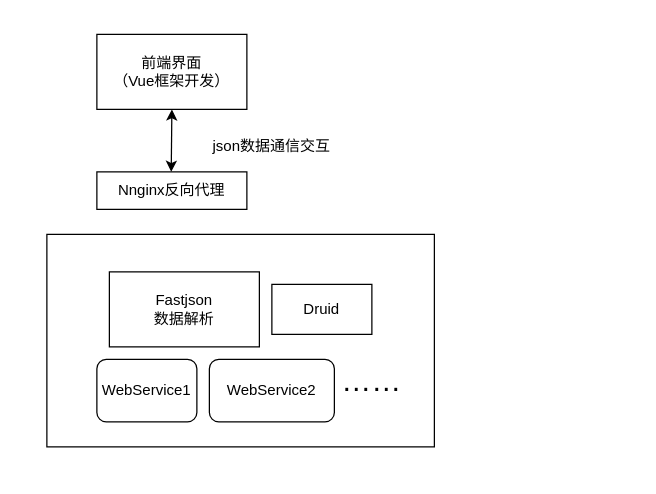
Above: Diagram.drawio in ciky1210/MachineLearning_Ng (draw.io), before the change. Source tidied: cells renumbered, new cells numbered last; positions are measured from the earlier drawing's top-left corner, leaving out a move shared by most shapes. Both pictures are drawn from the tidied source at 125%, with x=0, y=0 at pixel (46, 34).
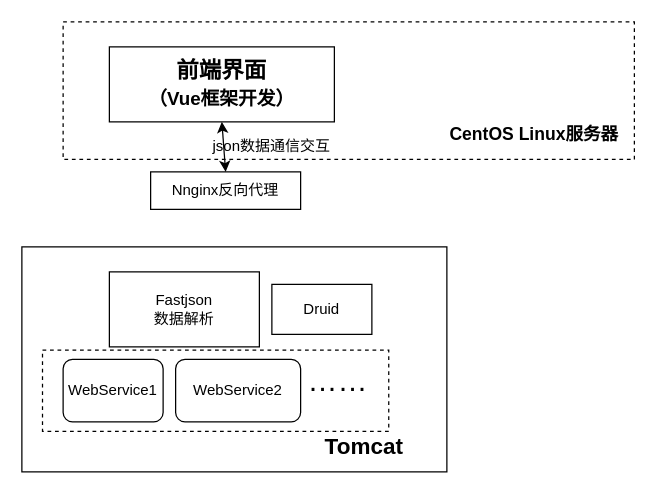
After the change.

The edit, as a diff of the source:
```diff
@@
 <mxGraphModel>
   <root>
     <mxCell id="0" />
     <mxCell id="1" parent="0" />
+    <mxCell id="12" style="rounded=0;whiteSpace=wrap;html=1;shadow=0;strokeColor=#000000;strokeWidth=1;fillColor=none;dashed=1;" parent="1" vertex="1">
+      <mxGeometry x="13" y="-10" width="457" height="110" as="geometry" />
+    </mxCell>
-    <mxCell id="2" value="前端界面&lt;br&gt;（Vue框架开发）" style="rounded=0;whiteSpace=wrap;html=1;" parent="1" vertex="1">
-      <mxGeometry x="40" width="120" height="60" as="geometry" />
+    <mxCell id="2" value="&lt;h2&gt;前端界面&lt;br&gt;&lt;font style=&quot;font-size: 15px&quot;&gt;（Vue框架开发）&lt;/font&gt;&lt;/h2&gt;" style="rounded=0;whiteSpace=wrap;html=1;" parent="1" vertex="1">
+      <mxGeometry x="50" y="10" width="180" height="60" as="geometry" />
     </mxCell>
     <mxCell id="3" value="Nnginx反向代理" style="rounded=0;whiteSpace=wrap;html=1;" parent="1" vertex="1">
-      <mxGeometry x="40" y="110" width="120" height="30" as="geometry" />
+      <mxGeometry x="83" y="110" width="120" height="30" as="geometry" />
     </mxCell>
-    <mxCell id="4" style="endArrow=classic;startArrow=classic;html=1;entryX=0.5;entryY=1;entryDx=0;entryDy=0;" parent="1" edge="1" target="2">
-      <mxGeometry relative="1" as="geometry">
-        <mxPoint x="99.5" y="110" as="sourcePoint" />
-      </mxGeometry>
+    <mxCell id="4" style="endArrow=classic;startArrow=classic;html=1;entryX=0.5;entryY=1;entryDx=0;entryDy=0;exitX=0.5;exitY=0;exitDx=0;exitDy=0;" parent="1" edge="1" source="3" target="2">
+      <mxGeometry relative="1" as="geometry" />
     </mxCell>
     <mxCell id="5" value="json数据通信交互" style="text;html=1;strokeColor=none;fillColor=none;align=center;verticalAlign=middle;whiteSpace=wrap;rounded=0;" parent="1" vertex="1">
       <mxGeometry x="130" y="80" width="100" height="20" as="geometry" />
     </mxCell>
     <mxCell id="6" style="rounded=0;whiteSpace=wrap;html=1;" parent="1" vertex="1">
-      <mxGeometry y="160" width="310" height="170" as="geometry" />
+      <mxGeometry x="-20" y="170" width="340" height="180" as="geometry" />
     </mxCell>
     <mxCell id="7" value="Fastjson&lt;br&gt;数据解析" style="rounded=0;whiteSpace=wrap;html=1;" parent="1" vertex="1">
       <mxGeometry x="50" y="190" width="120" height="60" as="geometry" />
     </mxCell>
     <mxCell id="8" value="Druid" style="rounded=0;whiteSpace=wrap;html=1;" parent="1" vertex="1">
       <mxGeometry x="180" y="200" width="80" height="40" as="geometry" />
     </mxCell>
+    <mxCell id="13" style="whiteSpace=wrap;html=1;dashed=1;" parent="1" vertex="1">
+      <mxGeometry x="-3.5" y="252.5" width="277" height="65" as="geometry" />
+    </mxCell>
     <mxCell id="9" value="WebService1" style="rounded=1;whiteSpace=wrap;html=1;" parent="1" vertex="1">
-      <mxGeometry x="40" y="260" width="80" height="50" as="geometry" />
+      <mxGeometry x="13" y="260" width="80" height="50" as="geometry" />
     </mxCell>
     <mxCell id="10" value="WebService2" style="rounded=1;whiteSpace=wrap;html=1;" parent="1" vertex="1">
-      <mxGeometry x="130" y="260" width="100" height="50" as="geometry" />
+      <mxGeometry x="103" y="260" width="100" height="50" as="geometry" />
     </mxCell>
     <mxCell id="11" value="&lt;font style=&quot;font-size: 24px&quot;&gt;……&lt;/font&gt;" style="text;html=1;strokeColor=none;fillColor=none;align=center;verticalAlign=middle;whiteSpace=wrap;rounded=0;" parent="1" vertex="1">
-      <mxGeometry x="240" y="268" width="40" height="20" as="geometry" />
+      <mxGeometry x="213" y="268" width="40" height="20" as="geometry" />
     </mxCell>
+    <mxCell id="14" value="&lt;b&gt;&lt;font style=&quot;font-size: 18px&quot;&gt;Tomcat&lt;/font&gt;&lt;/b&gt;" style="text;html=1;strokeColor=none;fillColor=none;align=center;verticalAlign=middle;whiteSpace=wrap;rounded=0;shadow=1;dashed=1;opacity=0;" parent="1" vertex="1">
+      <mxGeometry x="233.5" y="320" width="40" height="20" as="geometry" />
+    </mxCell>
+    <mxCell id="15" value="&lt;h3&gt;CentOS Linux服务器&lt;/h3&gt;" style="text;html=1;strokeColor=none;fillColor=none;align=center;verticalAlign=middle;whiteSpace=wrap;rounded=0;shadow=0;dashed=1;" parent="1" vertex="1">
+      <mxGeometry x="320" y="70" width="140" height="20" as="geometry" />
+    </mxCell>
   </root>
 </mxGraphModel>
```
